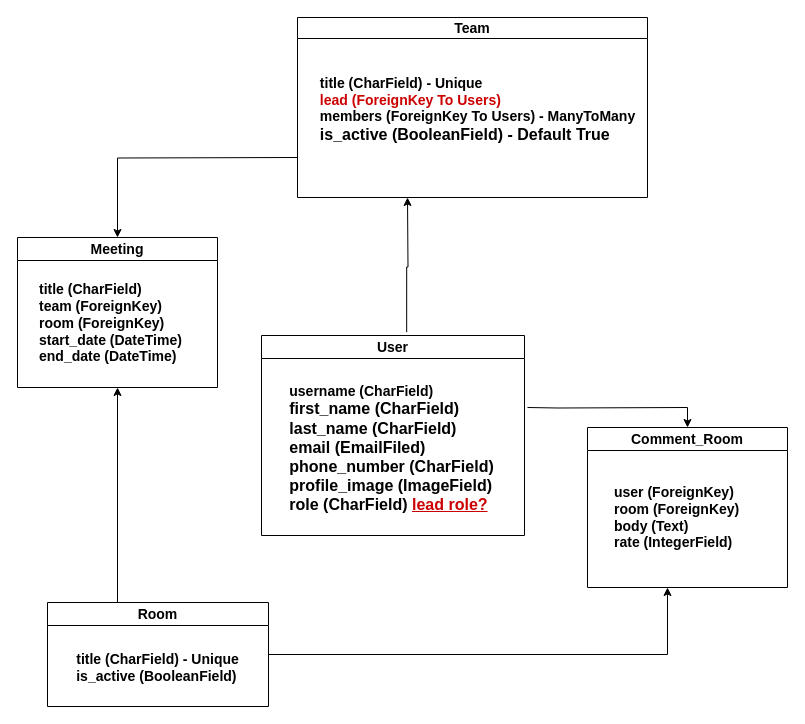
The draw.io diagram event-planner.drawio in mraghdasi/event-planner, before the edit. Source tidied: cells renumbered, new cells numbered last; positions are measured from the earlier drawing's top-left corner, leaving out a move shared by most shapes. Both pictures are drawn from the tidied source at 100%, with x=0, y=0 at pixel (17, 17).
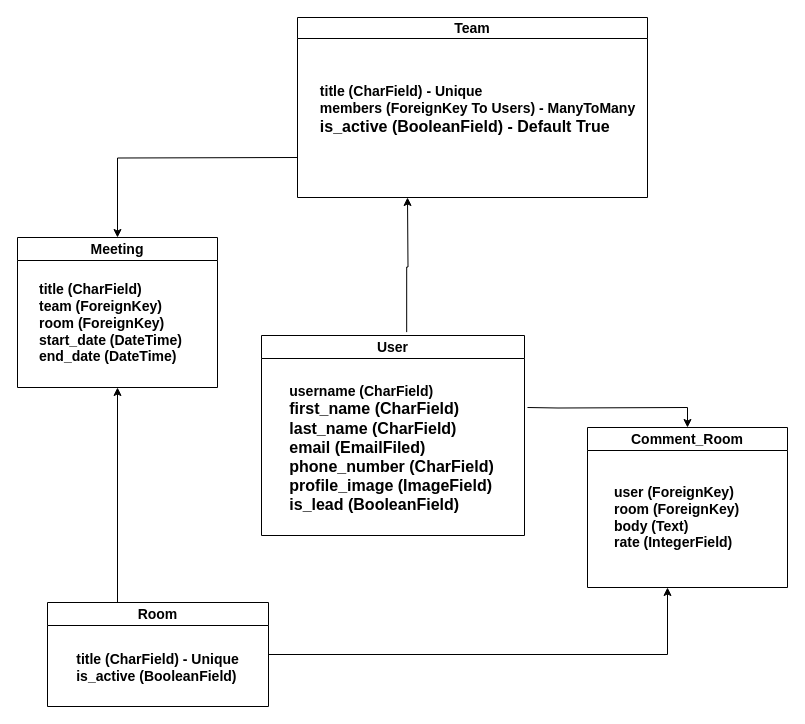
Above is the later version.

The change refers to these unchanged cells:
```xml
<mxCell id="3" value="&lt;font style=&quot;font-size: 14px;&quot;&gt;User&lt;/font&gt;" style="swimlane;whiteSpace=wrap;html=1;startSize=23;" parent="1" vertex="1">
  <mxGeometry x="244" y="318" width="263" height="200" as="geometry" />
</mxCell>
<mxCell id="6" value="&lt;font style=&quot;font-size: 14px;&quot;&gt;Team&lt;/font&gt;" style="swimlane;whiteSpace=wrap;html=1;startSize=21;" parent="1" vertex="1">
  <mxGeometry x="280" width="350" height="180" as="geometry" />
</mxCell>
```

Diff of the diagram source:
```diff
@@
-    <mxCell id="4" value="&lt;div style=&quot;text-align: left;&quot;&gt;&lt;/div&gt;&lt;b style=&quot;border-color: var(--border-color);&quot;&gt;&lt;div style=&quot;text-align: left;&quot;&gt;&lt;b style=&quot;background-color: initial; border-color: var(--border-color);&quot;&gt;&lt;font style=&quot;font-size: 14px;&quot;&gt;&lt;b style=&quot;border-color: var(--border-color);&quot;&gt;username&amp;nbsp;&lt;/b&gt;(CharField)&lt;/font&gt;&lt;/b&gt;&lt;/div&gt;&lt;/b&gt;&lt;div style=&quot;&quot;&gt;&lt;/div&gt;&lt;b style=&quot;border-color: var(--border-color);&quot;&gt;&lt;div style=&quot;text-align: left;&quot;&gt;&lt;b style=&quot;background-color: initial; border-color: var(--border-color);&quot;&gt;&lt;font size=&quot;3&quot;&gt;&lt;b style=&quot;border-color: var(--border-color);&quot;&gt;first_name&lt;/b&gt;&amp;nbsp;(CharField)&lt;/font&gt;&lt;/b&gt;&lt;/div&gt;&lt;/b&gt;&lt;div style=&quot;text-align: left;&quot;&gt;&lt;span style=&quot;background-color: initial;&quot;&gt;&lt;font size=&quot;3&quot;&gt;&lt;b&gt;last_name (CharField)&lt;/b&gt;&lt;/font&gt;&lt;/span&gt;&lt;/div&gt;&lt;div style=&quot;text-align: left;&quot;&gt;&lt;span style=&quot;background-color: initial;&quot;&gt;&lt;font size=&quot;3&quot;&gt;&lt;b&gt;email (EmailFiled)&lt;/b&gt;&lt;/font&gt;&lt;/span&gt;&lt;/div&gt;&lt;div style=&quot;text-align: left;&quot;&gt;&lt;span style=&quot;background-color: initial;&quot;&gt;&lt;font size=&quot;3&quot;&gt;&lt;b&gt;phone_number (CharField)&lt;/b&gt;&lt;/font&gt;&lt;/span&gt;&lt;/div&gt;&lt;div style=&quot;text-align: left;&quot;&gt;&lt;span style=&quot;background-color: initial;&quot;&gt;&lt;font size=&quot;3&quot;&gt;&lt;b&gt;profile_image (ImageField)&lt;/b&gt;&lt;/font&gt;&lt;/span&gt;&lt;/div&gt;&lt;div style=&quot;text-align: left;&quot;&gt;&lt;span style=&quot;background-color: initial;&quot;&gt;&lt;font size=&quot;3&quot;&gt;&lt;b&gt;role (CharField)&lt;font color=&quot;#cc0000&quot;&gt; &lt;u&gt;lead role?&lt;/u&gt;&lt;/font&gt;&lt;/b&gt;&lt;/font&gt;&lt;/span&gt;&lt;/div&gt;" style="text;html=1;align=center;verticalAlign=middle;strokeColor=none;fillColor=none;" parent="3" vertex="1">
+    <mxCell id="4" value="&lt;div style=&quot;text-align: left;&quot;&gt;&lt;/div&gt;&lt;b style=&quot;border-color: var(--border-color);&quot;&gt;&lt;div style=&quot;text-align: left;&quot;&gt;&lt;b style=&quot;background-color: initial; border-color: var(--border-color);&quot;&gt;&lt;font style=&quot;font-size: 14px;&quot;&gt;&lt;b style=&quot;border-color: var(--border-color);&quot;&gt;username&amp;nbsp;&lt;/b&gt;(CharField)&lt;/font&gt;&lt;/b&gt;&lt;/div&gt;&lt;/b&gt;&lt;div style=&quot;&quot;&gt;&lt;/div&gt;&lt;b style=&quot;border-color: var(--border-color);&quot;&gt;&lt;div style=&quot;text-align: left;&quot;&gt;&lt;b style=&quot;background-color: initial; border-color: var(--border-color);&quot;&gt;&lt;font size=&quot;3&quot;&gt;&lt;b style=&quot;border-color: var(--border-color);&quot;&gt;first_name&lt;/b&gt;&amp;nbsp;(CharField)&lt;/font&gt;&lt;/b&gt;&lt;/div&gt;&lt;/b&gt;&lt;div style=&quot;text-align: left;&quot;&gt;&lt;span style=&quot;background-color: initial;&quot;&gt;&lt;font size=&quot;3&quot;&gt;&lt;b&gt;last_name (CharField)&lt;/b&gt;&lt;/font&gt;&lt;/span&gt;&lt;/div&gt;&lt;div style=&quot;text-align: left;&quot;&gt;&lt;span style=&quot;background-color: initial;&quot;&gt;&lt;font size=&quot;3&quot;&gt;&lt;b&gt;email (EmailFiled)&lt;/b&gt;&lt;/font&gt;&lt;/span&gt;&lt;/div&gt;&lt;div style=&quot;text-align: left;&quot;&gt;&lt;span style=&quot;background-color: initial;&quot;&gt;&lt;font size=&quot;3&quot;&gt;&lt;b&gt;phone_number (CharField)&lt;/b&gt;&lt;/font&gt;&lt;/span&gt;&lt;/div&gt;&lt;div style=&quot;text-align: left;&quot;&gt;&lt;span style=&quot;background-color: initial;&quot;&gt;&lt;font size=&quot;3&quot;&gt;&lt;b&gt;profile_image (ImageField)&lt;/b&gt;&lt;/font&gt;&lt;/span&gt;&lt;/div&gt;&lt;div style=&quot;text-align: left;&quot;&gt;&lt;font size=&quot;3&quot;&gt;&lt;b&gt;is_lead (BooleanField)&lt;/b&gt;&lt;/font&gt;&lt;/div&gt;" style="text;html=1;align=center;verticalAlign=middle;strokeColor=none;fillColor=none;" parent="3" vertex="1">
       <mxGeometry x="15" y="38" width="230" height="150" as="geometry" />
     </mxCell>
@@
-    <mxCell id="7" value="&lt;div style=&quot;text-align: left;&quot;&gt;&lt;/div&gt;&lt;b style=&quot;border-color: var(--border-color);&quot;&gt;&lt;div style=&quot;text-align: left;&quot;&gt;&lt;b style=&quot;background-color: initial; border-color: var(--border-color);&quot;&gt;&lt;font style=&quot;font-size: 14px;&quot;&gt;&lt;b style=&quot;border-color: var(--border-color);&quot;&gt;title&amp;nbsp;&lt;/b&gt;(&lt;b style=&quot;font-size: 12px; background-color: initial; border-color: var(--border-color);&quot;&gt;&lt;font style=&quot;font-size: 14px;&quot;&gt;CharField&lt;/font&gt;&lt;/b&gt;) - Unique&lt;/font&gt;&lt;/b&gt;&lt;/div&gt;&lt;div style=&quot;text-align: left;&quot;&gt;&lt;b style=&quot;background-color: initial; border-color: var(--border-color);&quot;&gt;&lt;font style=&quot;font-size: 14px;&quot;&gt;&lt;font color=&quot;#cc0000&quot;&gt;lead (ForeignKey To Users)&lt;br&gt;&lt;/font&gt;&lt;b style=&quot;font-size: 12px; background-color: initial; border-color: var(--border-color);&quot;&gt;&lt;font style=&quot;font-size: 14px;&quot;&gt;&lt;b style=&quot;border-color: var(--border-color);&quot;&gt;members&amp;nbsp;&lt;/b&gt;(ForeignKey To Users) - ManyToMany&lt;/font&gt;&lt;/b&gt;&lt;br&gt;&lt;/font&gt;&lt;/b&gt;&lt;/div&gt;&lt;/b&gt;&lt;div style=&quot;&quot;&gt;&lt;/div&gt;&lt;b style=&quot;border-color: var(--border-color);&quot;&gt;&lt;div style=&quot;text-align: left;&quot;&gt;&lt;font size=&quot;3&quot;&gt;is_active (BooleanField&lt;/font&gt;&lt;span style=&quot;font-size: medium; background-color: initial;&quot;&gt;) - Default True&lt;/span&gt;&lt;/div&gt;&lt;/b&gt;" style="text;html=1;align=center;verticalAlign=middle;strokeColor=none;fillColor=none;" parent="6" vertex="1">
-      <mxGeometry x="10" y="52" width="340" height="80" as="geometry" />
+    <mxCell id="7" value="&lt;div style=&quot;text-align: left;&quot;&gt;&lt;/div&gt;&lt;b style=&quot;border-color: var(--border-color);&quot;&gt;&lt;div style=&quot;text-align: left;&quot;&gt;&lt;b style=&quot;background-color: initial; border-color: var(--border-color);&quot;&gt;&lt;font style=&quot;font-size: 14px;&quot;&gt;&lt;b style=&quot;border-color: var(--border-color);&quot;&gt;title&amp;nbsp;&lt;/b&gt;(&lt;b style=&quot;font-size: 12px; background-color: initial; border-color: var(--border-color);&quot;&gt;&lt;font style=&quot;font-size: 14px;&quot;&gt;CharField&lt;/font&gt;&lt;/b&gt;) - Unique&lt;/font&gt;&lt;/b&gt;&lt;/div&gt;&lt;div style=&quot;text-align: left;&quot;&gt;&lt;b style=&quot;background-color: initial; border-color: var(--border-color);&quot;&gt;&lt;font style=&quot;font-size: 14px;&quot;&gt;&lt;b style=&quot;font-size: 12px; background-color: initial; border-color: var(--border-color);&quot;&gt;&lt;font style=&quot;font-size: 14px;&quot;&gt;&lt;b style=&quot;border-color: var(--border-color);&quot;&gt;members&amp;nbsp;&lt;/b&gt;(ForeignKey To Users) - ManyToMany&lt;/font&gt;&lt;/b&gt;&lt;br&gt;&lt;/font&gt;&lt;/b&gt;&lt;/div&gt;&lt;/b&gt;&lt;div style=&quot;&quot;&gt;&lt;/div&gt;&lt;b style=&quot;border-color: var(--border-color);&quot;&gt;&lt;div style=&quot;text-align: left;&quot;&gt;&lt;font size=&quot;3&quot;&gt;is_active (BooleanField&lt;/font&gt;&lt;span style=&quot;font-size: medium; background-color: initial;&quot;&gt;) - Default True&lt;/span&gt;&lt;/div&gt;&lt;/b&gt;" style="text;html=1;align=center;verticalAlign=middle;strokeColor=none;fillColor=none;" parent="6" vertex="1">
+      <mxGeometry x="10" y="57" width="340" height="70" as="geometry" />
     </mxCell>
```
